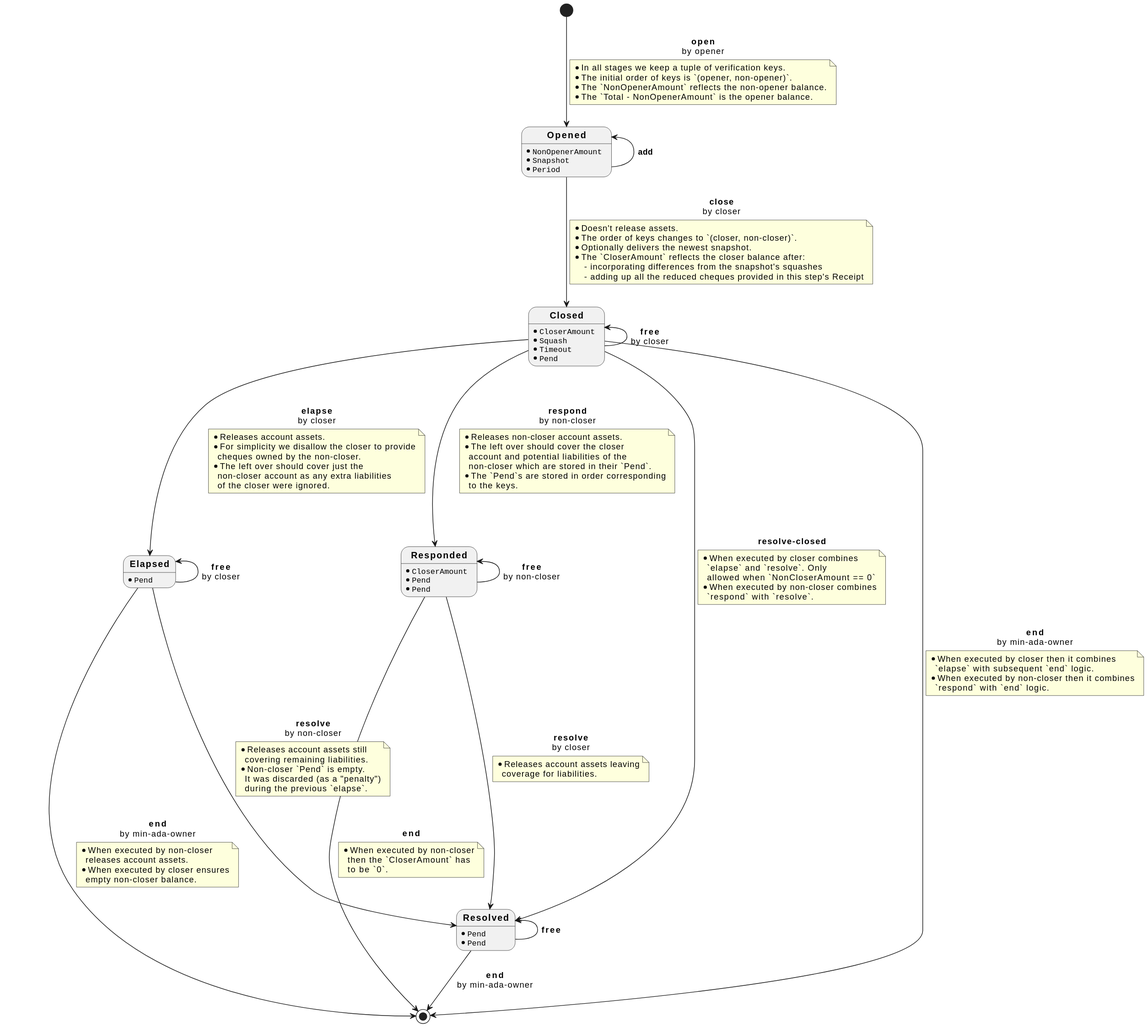
cardano-lightning/cardano-lightning keeps this PlantUML diagram as docs/design/l1-spec/stages.svg. Above is the earlier version.
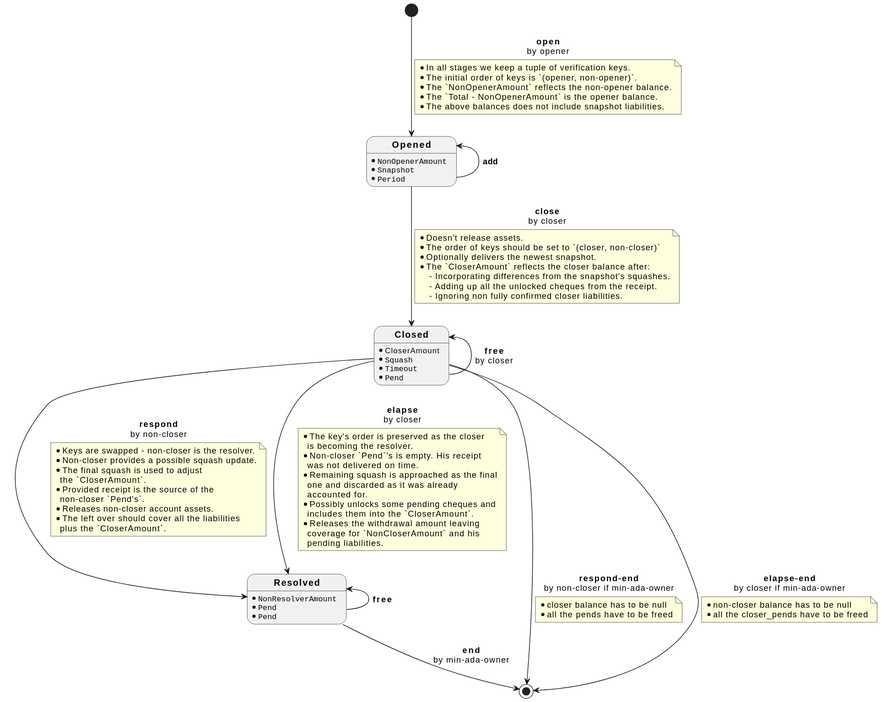
Above is the later version.

Diff of the diagram source:
```diff
@@ -5,20 +5,13 @@
 Opened: * ""Period""
 
 state "<b>Closed</b>" as Closed
-Closed: * ""CloserAmount""
+Closed: * CloserAmount
 Closed: * ""Squash""
 Closed: * ""Timeout""
 Closed: * ""Pend""
 
-state "<b>Responded</b>" as Responded
-Responded: * ""CloserAmount""
-Responded: * ""Pend""
-Responded: * ""Pend""
-
-state "<b>Elapsed</b>" as Elapsed
-Elapsed: * ""Pend""
-
 state "<b>Resolved</b>" as Resolved
+Resolved: * ""NonResolverAmount""
 Resolved: * ""Pend""
 Resolved: * ""Pend""
 
@@ -28,84 +21,62 @@
   * The initial order of keys is `(opener, non-opener)`.
   * The `NonOpenerAmount` reflects the non-opener balance.
   * The `Total - NonOpenerAmount` is the opener balance.
+  * The above balances does not include snapshot liabilities.
 end note
 Opened --u-> Opened : ""<b>add</b>""
 Opened --> Closed : <b>close</b>\nby closer
 note on link
   * Doesn't release assets.
-  * The order of keys changes to `(closer, non-closer)`.
+  * The order of keys should be set to `(closer, non-closer)`
   * Optionally delivers the newest snapshot.
   * The `CloserAmount` reflects the closer balance after:
-      - incorporating differences from the snapshot's squashes
-      - adding up all the reduced cheques provided in this step's Receipt
+      - Incorporating differences from the snapshot's squashes.
+      - Adding up all the unlocked cheques from the receipt.
+      - Ignoring non fully confirmed closer liabilities.
 end note
 Closed --u-> Closed : <b>free</b>\nby closer
-Closed --d-> Responded : <b>respond</b>\nby non-closer
+
+Closed --> Resolved: <b>respond</b>\nby non-closer
 note on link
+  * Keys are swapped - non-closer is the resolver.
+  * Non-closer provides a possible squash update.
+  * The final squash is used to adjust
+    the `CloserAmount`.
+  * Provided receipt is the source of the
+    non-closer `Pend's`.
   * Releases non-closer account assets.
-  * The left over should cover the closer
-    account and potential liabilities of the
-    non-closer which are stored in their `Pend`.
-  * The `Pend`s are stored in order corresponding
-    to the keys.
-end note
-Closed --> Elapsed : <b>elapse</b>\nby closer
-note on link
-  * Releases account assets.
-  * For simplicity we disallow the closer to provide
-    cheques owned by the non-closer.
-  * The left over should cover just the
-    non-closer account as any extra liabilities
-    of the closer were ignored.
+  * The left over should cover all the liabilities
+    plus the `CloserAmount`.
 end note
 
-Closed --> Resolved: <b>resolve-closed</b>
+Closed --> Resolved: <b>elapse</b>\nby closer
 note on link
-  * When executed by closer combines
-    `elapse` and `resolve`. Only
-    allowed when `NonCloserAmount == 0`
-  * When executed by non-closer combines
-    `respond` with `resolve`.
-end note
-
-Responded --u-> Responded : <b>free</b>\nby non-closer
-Responded --d-> Resolved : <b>resolve</b>\nby closer
-note on link
-  * Releases account assets leaving
-    coverage for liabilities.
-end note
-Responded --> [*] : <b>end</b>
-note on link
-  * When executed by non-closer
-    then the `CloserAmount` has
-    to be `0`.
-end note
-
-Elapsed --u-> Elapsed : <b>free</b>\nby closer
-Elapsed --d-> Resolved : <b>resolve</b>\nby non-closer
-note on link
-  * Releases account assets still
-    covering remaining liabilities.
-  * Non-closer `Pend` is empty.
-    It was discarded (as a "penalty")
-    during the previous `elapse`.
-end note
-Elapsed --d-> [*] : <b>end</b>\nby min-ada-owner
-note on link
-  * When executed by non-closer
-    releases account assets.
-  * When executed by closer ensures
-    empty non-closer balance.
+  * The key's order is preserved as the closer
+    is becoming the resolver.
+  * Non-closer `Pend`'s is empty. His receipt
+    was not delivered on time.
+  * Remaining squash is approached as the final
+    one and discarded as it was already
+    accounted for.
+  * Possibly unlocks some pending cheques and
+    includes them into the `CloserAmount`.
+  * Releases the withdrawal amount leaving
+    coverage for `NonCloserAmount` and his
+    pending liabilities.
 end note
 
 Resolved --u-> Resolved : <b>free</b>
 Resolved --> [*] : <b>end</b>\nby min-ada-owner
 
-Closed --> [*] : <b>end</b>\nby min-ada-owner
+Closed --> [*] : <b>respond-end</b>\nby non-closer if min-ada-owner
 note on link
-  * When executed by closer then it combines
-    `elapse` with subsequent `end` logic.
-  * When executed by non-closer then it combines
-    `respond` with `end` logic.
+  * closer balance has to be null
+  * all the pends have to be freed
+end note
+
+Closed --> [*] : <b>elapse-end</b>\nby closer if min-ada-owner
+note on link
+  * non-closer balance has to be null
+  * all the closer_pends have to be freed
 end note
 @enduml
```
